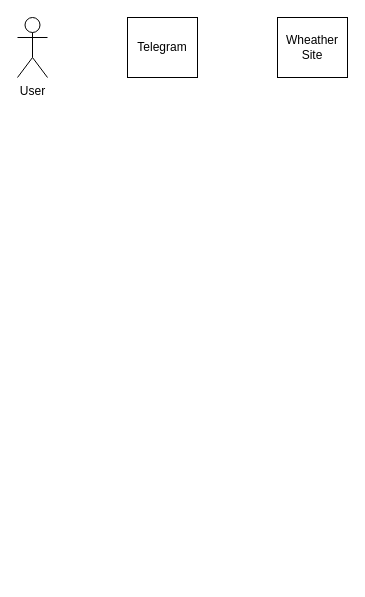
The draw.io diagram sequence-diagram.drawio in rmastodon0603/itstep_course_uml, before the edit. Source tidied: cells renumbered, new cells numbered last; positions are measured from the earlier drawing's top-left corner, leaving out a move shared by most shapes. Both pictures are drawn from the tidied source at 100%, with x=0, y=0 at pixel (17, 17).
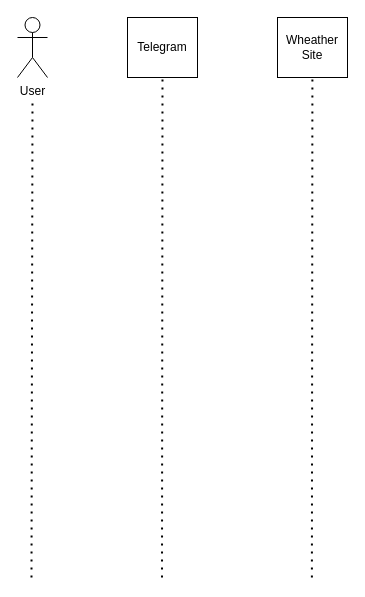
The same page after the edit.

Diff of the diagram source:
```diff
@@
 <mxGraphModel>
   <root>
     <mxCell id="0" />
     <mxCell id="1" parent="0" />
     <mxCell id="2" value="User" style="shape=umlActor;verticalLabelPosition=bottom;verticalAlign=top;html=1;" parent="1" vertex="1">
       <mxGeometry width="30" height="60" as="geometry" />
     </mxCell>
     <mxCell id="3" value="Telegram" style="rounded=0;whiteSpace=wrap;html=1;" parent="1" vertex="1">
       <mxGeometry x="110" width="70" height="60" as="geometry" />
     </mxCell>
     <mxCell id="4" value="Wheather Site" style="rounded=0;whiteSpace=wrap;html=1;" parent="1" vertex="1">
       <mxGeometry x="260" width="70" height="60" as="geometry" />
     </mxCell>
+    <mxCell id="5" style="endArrow=none;dashed=1;html=1;dashPattern=1 3;strokeWidth=2;rounded=0;" parent="1" edge="1">
+      <mxGeometry relative="1" as="geometry">
+        <mxPoint x="14" y="560" as="sourcePoint" />
+        <mxPoint x="15" y="80" as="targetPoint" />
+      </mxGeometry>
+    </mxCell>
+    <mxCell id="6" style="endArrow=none;dashed=1;html=1;dashPattern=1 3;strokeWidth=2;rounded=0;entryX=0.5;entryY=1;entryDx=0;entryDy=0;" parent="1" edge="1" target="3">
+      <mxGeometry relative="1" as="geometry">
+        <mxPoint x="144.5" y="560" as="sourcePoint" />
+      </mxGeometry>
+    </mxCell>
+    <mxCell id="7" style="endArrow=none;dashed=1;html=1;dashPattern=1 3;strokeWidth=2;rounded=0;entryX=0.5;entryY=1;entryDx=0;entryDy=0;" parent="1" edge="1">
+      <mxGeometry relative="1" as="geometry">
+        <mxPoint x="294.4" y="560" as="sourcePoint" />
+        <mxPoint x="294.9" y="60" as="targetPoint" />
+      </mxGeometry>
+    </mxCell>
   </root>
 </mxGraphModel>
```
